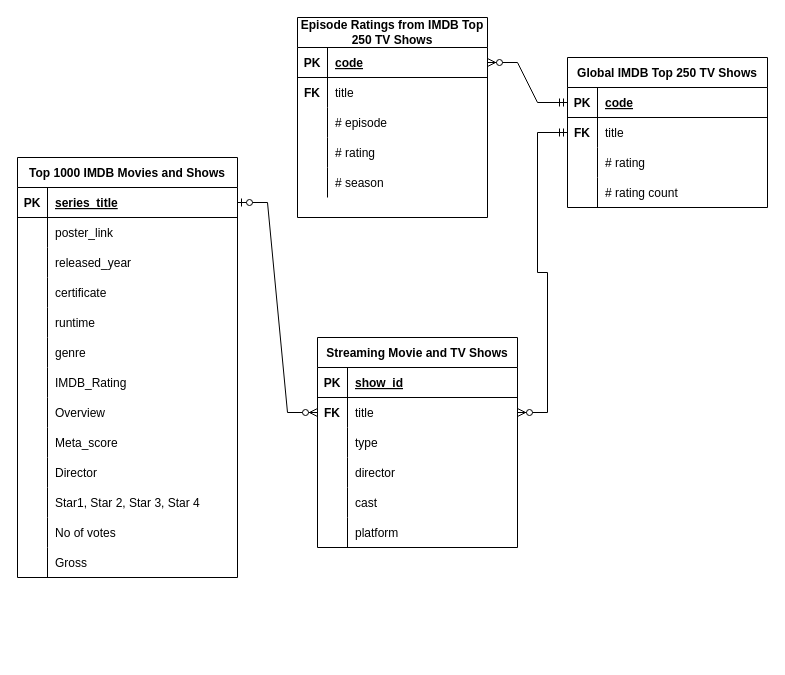
The draw.io diagram page "ERD" (1 of 2) of DEX Final Presentation.drawio in jacqueline-weiland/adventofcode2022, before the edit. Source tidied: cells renumbered, new cells numbered last; positions are measured from the earlier drawing's top-left corner, leaving out a move shared by most shapes. Both pictures are drawn from the tidied source at 100%, with x=0, y=0 at pixel (17, 17).
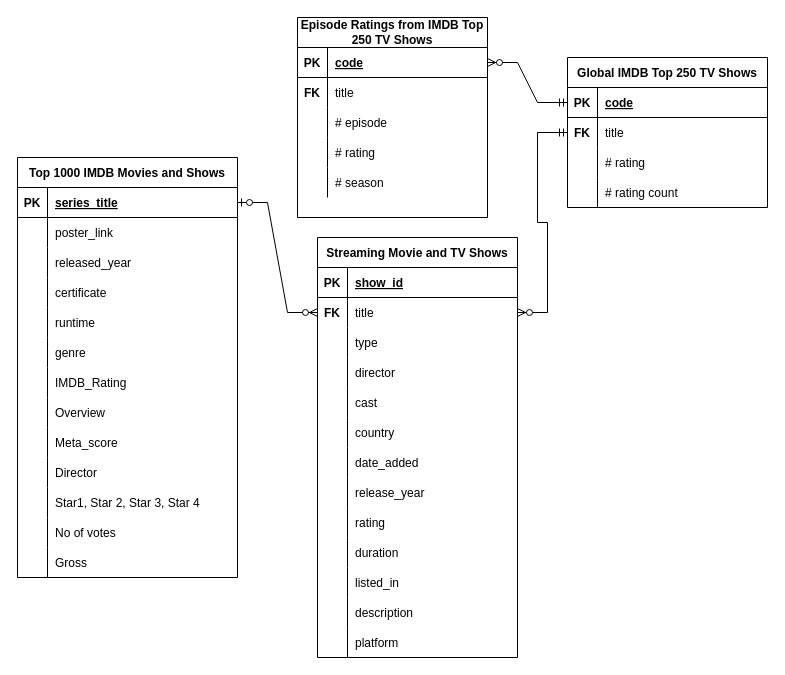
Above is the later version.

The change refers to these unchanged cells:
```xml
<mxCell id="58" style="shape=tableRow;horizontal=0;startSize=0;swimlaneHead=0;swimlaneBody=0;fillColor=none;top=0;left=0;right=0;bottom=0;" parent="42" vertex="1">
  <mxGeometry y="180" width="200" height="30" as="geometry" />
</mxCell>
```

Diff of the diagram source:
```diff
@@
     <mxCell id="42" value="Streaming Movie and TV Shows" style="shape=table;startSize=30;childLayout=tableLayout;rowLines=0;fontStyle=1;align=center;" parent="1" vertex="1">
-      <mxGeometry x="300" y="320" width="200" height="210" as="geometry" />
+      <mxGeometry x="300" y="220" width="200" height="420" as="geometry" />
     </mxCell>
@@
-    <mxCell id="60" value="platform" style="shape=partialRectangle;fillColor=none;top=0;left=0;bottom=0;right=0;align=left;spacingLeft=6;overflow=hidden;" parent="58" vertex="1">
+    <mxCell id="60" value="country" style="shape=partialRectangle;fillColor=none;top=0;left=0;bottom=0;right=0;align=left;spacingLeft=6;overflow=hidden;" parent="58" vertex="1">
       <mxGeometry x="30" width="170" height="30" as="geometry" />
     </mxCell>
+    <mxCell id="93" style="shape=tableRow;horizontal=0;startSize=0;swimlaneHead=0;swimlaneBody=0;fillColor=none;top=0;left=0;right=0;bottom=0;" parent="42" vertex="1">
+      <mxGeometry y="210" width="200" height="30" as="geometry" />
+    </mxCell>
+    <mxCell id="94" style="shape=partialRectangle;fillColor=none;top=0;left=0;bottom=0;right=0;overflow=hidden;" parent="93" vertex="1">
+      <mxGeometry width="30" height="30" as="geometry" />
+    </mxCell>
+    <mxCell id="95" value="date_added" style="shape=partialRectangle;fillColor=none;top=0;left=0;bottom=0;right=0;align=left;spacingLeft=6;overflow=hidden;" parent="93" vertex="1">
+      <mxGeometry x="30" width="170" height="30" as="geometry" />
+    </mxCell>
+    <mxCell id="96" style="shape=tableRow;horizontal=0;startSize=0;swimlaneHead=0;swimlaneBody=0;fillColor=none;top=0;left=0;right=0;bottom=0;" parent="42" vertex="1">
+      <mxGeometry y="240" width="200" height="30" as="geometry" />
+    </mxCell>
+    <mxCell id="97" style="shape=partialRectangle;fillColor=none;top=0;left=0;bottom=0;right=0;overflow=hidden;" parent="96" vertex="1">
+      <mxGeometry width="30" height="30" as="geometry" />
+    </mxCell>
+    <mxCell id="98" value="release_year" style="shape=partialRectangle;fillColor=none;top=0;left=0;bottom=0;right=0;align=left;spacingLeft=6;overflow=hidden;" parent="96" vertex="1">
+      <mxGeometry x="30" width="170" height="30" as="geometry" />
+    </mxCell>
+    <mxCell id="99" style="shape=tableRow;horizontal=0;startSize=0;swimlaneHead=0;swimlaneBody=0;fillColor=none;top=0;left=0;right=0;bottom=0;" parent="42" vertex="1">
+      <mxGeometry y="270" width="200" height="30" as="geometry" />
+    </mxCell>
+    <mxCell id="100" style="shape=partialRectangle;fillColor=none;top=0;left=0;bottom=0;right=0;overflow=hidden;" parent="99" vertex="1">
+      <mxGeometry width="30" height="30" as="geometry" />
+    </mxCell>
+    <mxCell id="101" value="rating" style="shape=partialRectangle;fillColor=none;top=0;left=0;bottom=0;right=0;align=left;spacingLeft=6;overflow=hidden;" parent="99" vertex="1">
+      <mxGeometry x="30" width="170" height="30" as="geometry" />
+    </mxCell>
+    <mxCell id="102" style="shape=tableRow;horizontal=0;startSize=0;swimlaneHead=0;swimlaneBody=0;fillColor=none;top=0;left=0;right=0;bottom=0;" parent="42" vertex="1">
+      <mxGeometry y="300" width="200" height="30" as="geometry" />
+    </mxCell>
+    <mxCell id="103" style="shape=partialRectangle;fillColor=none;top=0;left=0;bottom=0;right=0;overflow=hidden;" parent="102" vertex="1">
+      <mxGeometry width="30" height="30" as="geometry" />
+    </mxCell>
+    <mxCell id="104" value="duration" style="shape=partialRectangle;fillColor=none;top=0;left=0;bottom=0;right=0;align=left;spacingLeft=6;overflow=hidden;" parent="102" vertex="1">
+      <mxGeometry x="30" width="170" height="30" as="geometry" />
+    </mxCell>
+    <mxCell id="105" style="shape=tableRow;horizontal=0;startSize=0;swimlaneHead=0;swimlaneBody=0;fillColor=none;top=0;left=0;right=0;bottom=0;" parent="42" vertex="1">
+      <mxGeometry y="330" width="200" height="30" as="geometry" />
+    </mxCell>
+    <mxCell id="106" style="shape=partialRectangle;fillColor=none;top=0;left=0;bottom=0;right=0;overflow=hidden;" parent="105" vertex="1">
+      <mxGeometry width="30" height="30" as="geometry" />
+    </mxCell>
+    <mxCell id="107" value="listed_in" style="shape=partialRectangle;fillColor=none;top=0;left=0;bottom=0;right=0;align=left;spacingLeft=6;overflow=hidden;" parent="105" vertex="1">
+      <mxGeometry x="30" width="170" height="30" as="geometry" />
+    </mxCell>
+    <mxCell id="108" style="shape=tableRow;horizontal=0;startSize=0;swimlaneHead=0;swimlaneBody=0;fillColor=none;top=0;left=0;right=0;bottom=0;" parent="42" vertex="1">
+      <mxGeometry y="360" width="200" height="30" as="geometry" />
+    </mxCell>
+    <mxCell id="109" style="shape=partialRectangle;fillColor=none;top=0;left=0;bottom=0;right=0;overflow=hidden;" parent="108" vertex="1">
+      <mxGeometry width="30" height="30" as="geometry" />
+    </mxCell>
+    <mxCell id="110" value="description" style="shape=partialRectangle;fillColor=none;top=0;left=0;bottom=0;right=0;align=left;spacingLeft=6;overflow=hidden;" parent="108" vertex="1">
+      <mxGeometry x="30" width="170" height="30" as="geometry" />
+    </mxCell>
+    <mxCell id="111" style="shape=tableRow;horizontal=0;startSize=0;swimlaneHead=0;swimlaneBody=0;fillColor=none;top=0;left=0;right=0;bottom=0;" parent="42" vertex="1">
+      <mxGeometry y="390" width="200" height="30" as="geometry" />
+    </mxCell>
+    <mxCell id="112" style="shape=partialRectangle;fillColor=none;top=0;left=0;bottom=0;right=0;overflow=hidden;" parent="111" vertex="1">
+      <mxGeometry width="30" height="30" as="geometry" />
+    </mxCell>
+    <mxCell id="113" value="platform" style="shape=partialRectangle;fillColor=none;top=0;left=0;bottom=0;right=0;align=left;spacingLeft=6;overflow=hidden;" parent="111" vertex="1">
+      <mxGeometry x="30" width="170" height="30" as="geometry" />
+    </mxCell>
```
